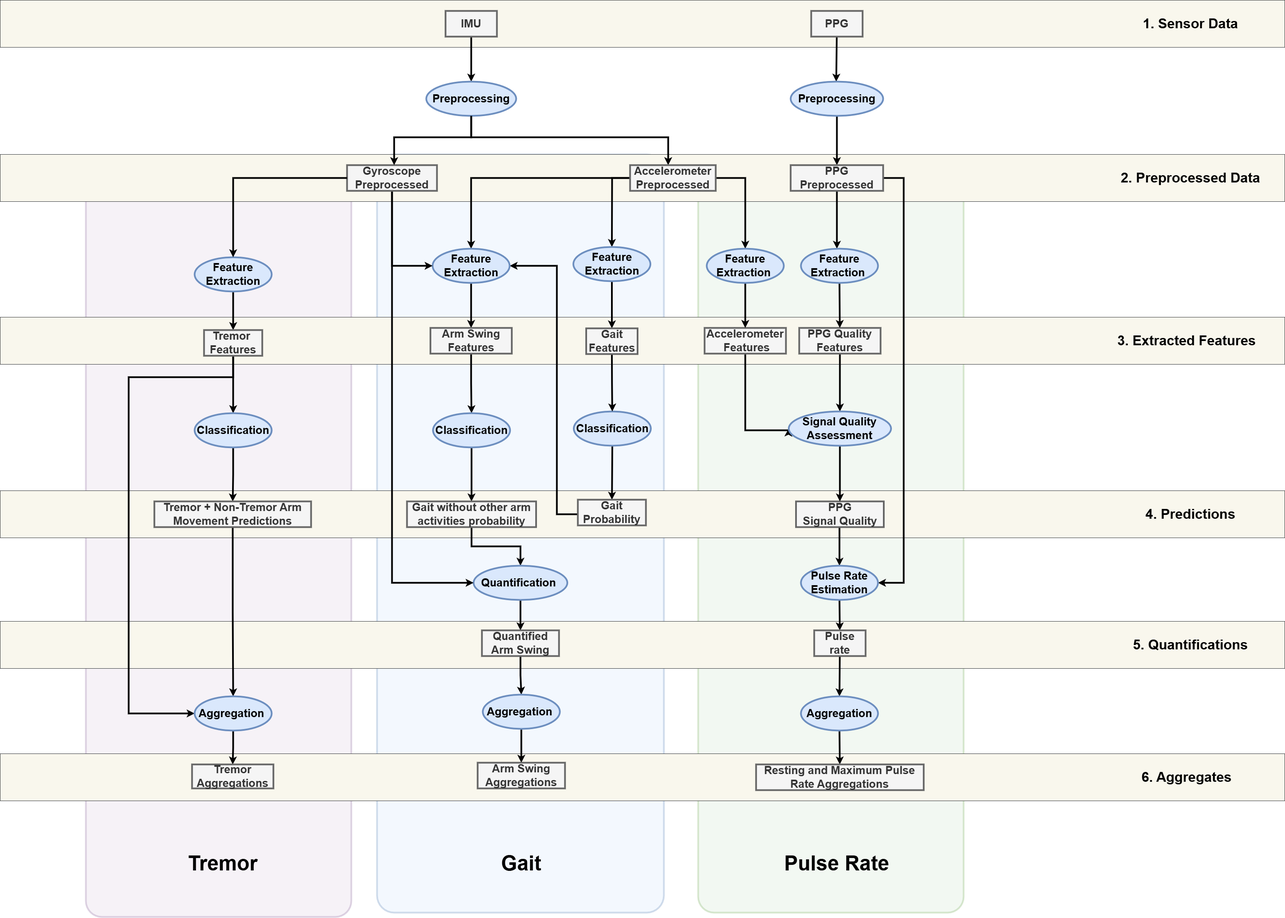
biomarkersParkinson/paradigma keeps this draw.io diagram as docs/source/_static/img/pipeline-architecture.png. Above is the earlier version. Source tidied: cells renumbered, new cells last; positions are measured from the earlier drawing's top-left corner, leaving out a move shared by most shapes.
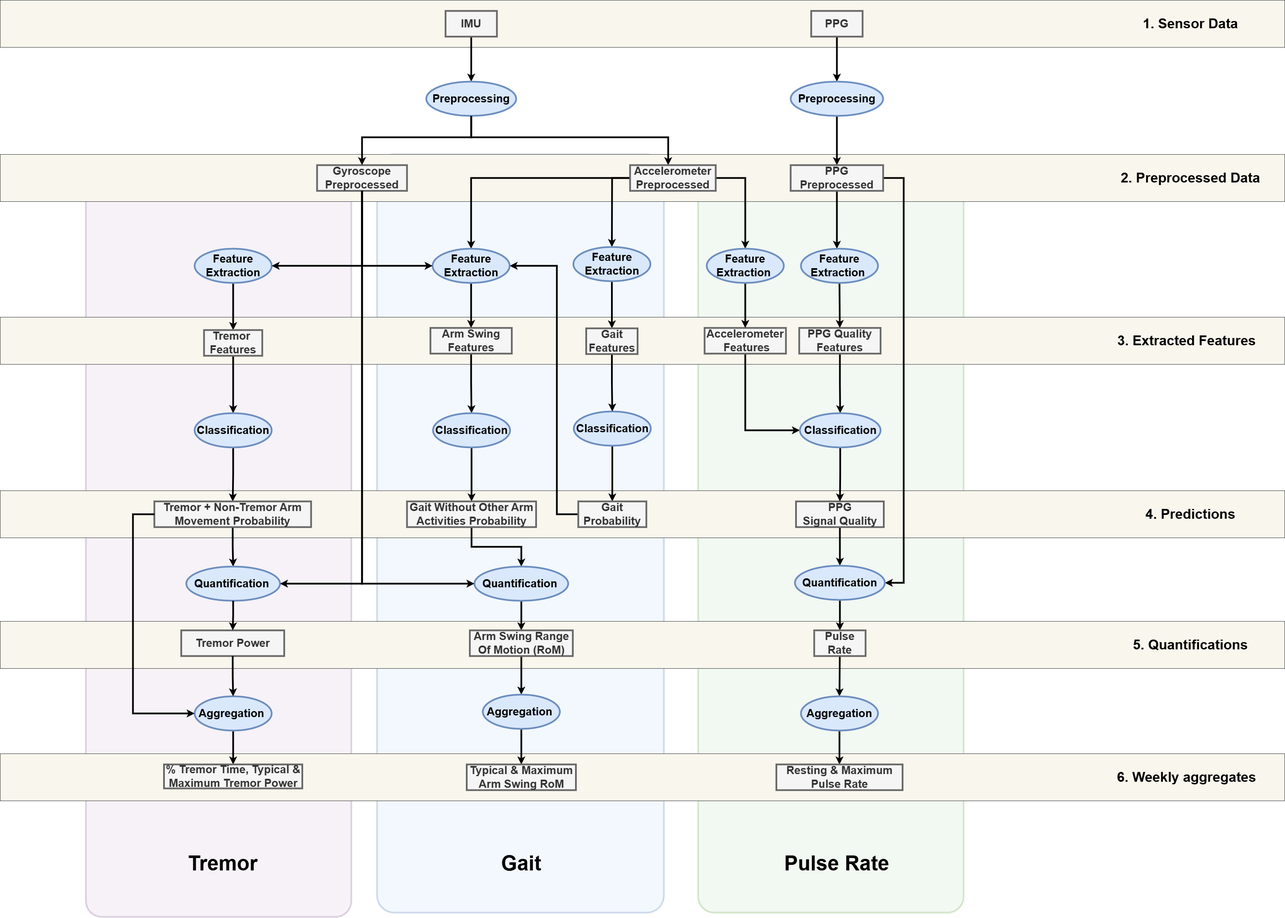
After the change.

What changed in the source:
```diff
@@ -105,8 +105,8 @@
     <mxCell id="28" style="rounded=0;jettySize=auto;html=1;fontSize=16;fontStyle=1;strokeWidth=4;" parent="1" edge="1" source="29" target="63">
       <mxGeometry relative="1" as="geometry" />
     </mxCell>
-    <mxCell id="29" value="Pulse Rate Estimation" style="ellipse;whiteSpace=wrap;html=1;fontSize=26;fontStyle=1;strokeWidth=4;fillColor=#dae8fc;strokeColor=#6c8ebf;" parent="1" vertex="1">
-      <mxGeometry x="1870" y="1320" width="180" height="80" as="geometry" />
+    <mxCell id="29" value="Quantification" style="ellipse;whiteSpace=wrap;html=1;fontSize=26;fontStyle=1;strokeWidth=4;fillColor=#dae8fc;strokeColor=#6c8ebf;" parent="1" vertex="1">
+      <mxGeometry x="1856" y="1320" width="210" height="80" as="geometry" />
     </mxCell>
     <mxCell id="30" style="rounded=0;jettySize=auto;html=1;fontSize=16;fontStyle=1;strokeWidth=4;" parent="1" edge="1" source="63" target="32">
       <mxGeometry relative="1" as="geometry" />
@@ -117,8 +117,8 @@
     <mxCell id="32" value="Aggregation" style="ellipse;whiteSpace=wrap;html=1;fontSize=26;fontStyle=1;strokeWidth=4;fillColor=#dae8fc;strokeColor=#6c8ebf;" parent="1" vertex="1">
       <mxGeometry x="1870" y="1625" width="180" height="80" as="geometry" />
     </mxCell>
-    <mxCell id="33" value="Resting and Maximum Pulse Rate Aggregations" style="rounded=0;whiteSpace=wrap;html=1;fontSize=26;fillColor=#f5f5f5;strokeColor=#666666;fontStyle=1;strokeWidth=4;fontColor=#333333;" parent="1" vertex="1">
-      <mxGeometry x="1765.2" y="1784" width="391.5" height="60" as="geometry" />
+    <mxCell id="33" value="Resting &amp;amp; Maximum Pulse Rate" style="rounded=0;whiteSpace=wrap;html=1;fontSize=26;fillColor=#f5f5f5;strokeColor=#666666;fontStyle=1;strokeWidth=4;fontColor=#333333;" parent="1" vertex="1">
+      <mxGeometry x="1812.6" y="1784" width="294.8" height="60" as="geometry" />
     </mxCell>
     <mxCell id="34" style="rounded=0;jettySize=auto;html=1;fontStyle=1;strokeWidth=4;" parent="1" edge="1" source="35" target="37">
       <mxGeometry relative="1" as="geometry" />
@@ -135,7 +135,7 @@
       </mxGeometry>
     </mxCell>
     <mxCell id="37" value="Gait &lt;br&gt;Probability" style="rounded=0;whiteSpace=wrap;html=1;fontSize=26;fillColor=#f5f5f5;strokeColor=#666666;fontStyle=1;strokeWidth=4;fontColor=#333333;" parent="1" vertex="1">
-      <mxGeometry x="1349" y="1166" width="159" height="60" as="geometry" />
+      <mxGeometry x="1350" y="1170" width="159" height="60" as="geometry" />
     </mxCell>
     <mxCell id="38" style="rounded=0;jettySize=auto;html=1;exitX=0.5;exitY=1;exitDx=0;exitDy=0;entryX=0.5;entryY=0;entryDx=0;entryDy=0;strokeWidth=4;fillColor=#dae8fc;strokeColor=#000000;fontStyle=1;" parent="1" edge="1" source="39" target="75">
       <mxGeometry relative="1" as="geometry" />
@@ -192,20 +192,20 @@
     <mxCell id="54" style="edgeStyle=orthogonalEdgeStyle;rounded=0;jettySize=auto;html=1;exitX=0.5;exitY=1;exitDx=0;exitDy=0;entryX=0.5;entryY=0;entryDx=0;entryDy=0;strokeWidth=4;" parent="1" edge="1" source="55" target="57">
       <mxGeometry relative="1" as="geometry" />
     </mxCell>
-    <mxCell id="55" value="Gait without other arm activities probability" style="rounded=0;whiteSpace=wrap;html=1;fontSize=26;fillColor=#f5f5f5;strokeColor=#666666;fontStyle=1;strokeWidth=4;fontColor=#333333;" parent="1" vertex="1">
+    <mxCell id="55" value="Gait Without Other Arm Activities Probability" style="rounded=0;whiteSpace=wrap;html=1;fontSize=26;fillColor=#f5f5f5;strokeColor=#666666;fontStyle=1;strokeWidth=4;fontColor=#333333;" parent="1" vertex="1">
       <mxGeometry x="950" y="1170" width="301.5" height="60" as="geometry" />
     </mxCell>
     <mxCell id="56" style="edgeStyle=orthogonalEdgeStyle;rounded=0;jettySize=auto;html=1;exitX=0.5;exitY=1;exitDx=0;exitDy=0;entryX=0.5;entryY=0;entryDx=0;entryDy=0;strokeWidth=4;" parent="1" edge="1" source="57" target="59">
       <mxGeometry relative="1" as="geometry" />
     </mxCell>
     <mxCell id="57" value="Quantification&amp;nbsp;" style="ellipse;whiteSpace=wrap;html=1;fontSize=26;fontStyle=1;strokeWidth=4;fillColor=#dae8fc;strokeColor=#6c8ebf;" parent="1" vertex="1">
-      <mxGeometry x="1105.5" y="1320" width="219" height="80" as="geometry" />
+      <mxGeometry x="1107.5" y="1322" width="219" height="80" as="geometry" />
     </mxCell>
     <mxCell id="58" style="edgeStyle=orthogonalEdgeStyle;rounded=0;jettySize=auto;html=1;fontStyle=1;strokeWidth=4;" parent="1" edge="1" source="59" target="61">
       <mxGeometry relative="1" as="geometry" />
     </mxCell>
-    <mxCell id="59" value="Quantified Arm Swing" style="rounded=0;whiteSpace=wrap;html=1;fontSize=26;fillColor=#f5f5f5;strokeColor=#666666;fontStyle=1;strokeWidth=4;fontColor=#333333;" parent="1" vertex="1">
-      <mxGeometry x="1125" y="1471" width="180" height="60" as="geometry" />
+    <mxCell id="59" value="Arm Swing Range Of Motion (RoM)" style="rounded=0;whiteSpace=wrap;html=1;fontSize=26;fillColor=#f5f5f5;strokeColor=#666666;fontStyle=1;strokeWidth=4;fontColor=#333333;" parent="1" vertex="1">
+      <mxGeometry x="1096.8" y="1471" width="240.5" height="60" as="geometry" />
     </mxCell>
     <mxCell id="60" style="edgeStyle=orthogonalEdgeStyle;rounded=0;jettySize=auto;html=1;fontStyle=1;strokeWidth=4;" parent="1" edge="1" source="61" target="62">
       <mxGeometry relative="1" as="geometry" />
@@ -213,36 +213,28 @@
     <mxCell id="61" value="Aggregation&amp;nbsp;" style="ellipse;whiteSpace=wrap;html=1;fontSize=26;fontStyle=1;strokeWidth=4;fillColor=#dae8fc;strokeColor=#6c8ebf;" parent="1" vertex="1">
       <mxGeometry x="1127" y="1621" width="180" height="80" as="geometry" />
     </mxCell>
-    <mxCell id="62" value="Arm Swing Aggregations" style="rounded=0;whiteSpace=wrap;html=1;fontSize=26;fillColor=#f5f5f5;strokeColor=#666666;fontStyle=1;strokeWidth=4;fontColor=#333333;" parent="1" vertex="1">
-      <mxGeometry x="1115" y="1780" width="204" height="60" as="geometry" />
+    <mxCell id="62" value="Typical &amp;amp; Maximum Arm Swing RoM" style="rounded=0;whiteSpace=wrap;html=1;fontSize=26;fillColor=#f5f5f5;strokeColor=#666666;fontStyle=1;strokeWidth=4;fontColor=#333333;" parent="1" vertex="1">
+      <mxGeometry x="1089.5" y="1784" width="255" height="60" as="geometry" />
     </mxCell>
-    <mxCell id="63" value="Pulse rate" style="rounded=0;whiteSpace=wrap;html=1;fontSize=26;fillColor=#f5f5f5;strokeColor=#666666;fontStyle=1;strokeWidth=4;fontColor=#333333;" parent="1" vertex="1">
+    <mxCell id="63" value="Pulse Rate" style="rounded=0;whiteSpace=wrap;html=1;fontSize=26;fillColor=#f5f5f5;strokeColor=#666666;fontStyle=1;strokeWidth=4;fontColor=#333333;" parent="1" vertex="1">
       <mxGeometry x="1901" y="1471" width="120" height="60" as="geometry" />
     </mxCell>
-    <mxCell id="64" style="edgeStyle=orthogonalEdgeStyle;rounded=0;jettySize=auto;html=1;entryX=0;entryY=0.5;entryDx=0;entryDy=0;strokeWidth=4;fontStyle=1;" parent="1" edge="1" source="66" target="49">
+    <mxCell id="64" style="edgeStyle=orthogonalEdgeStyle;rounded=0;jettySize=auto;html=1;entryX=0;entryY=0.5;entryDx=0;entryDy=0;strokeWidth=4;fontStyle=1;exitX=0.5;exitY=1;exitDx=0;exitDy=0;" parent="1" edge="1" source="66" target="49">
       <mxGeometry relative="1" as="geometry" />
     </mxCell>
     <mxCell id="65" style="edgeStyle=orthogonalEdgeStyle;rounded=0;jettySize=auto;html=1;exitX=0.5;exitY=1;exitDx=0;exitDy=0;entryX=0;entryY=0.5;entryDx=0;entryDy=0;strokeWidth=4;" parent="1" edge="1" source="66" target="57">
       <mxGeometry relative="1" as="geometry" />
     </mxCell>
     <mxCell id="66" value="Gyroscope&lt;br&gt;Preprocessed" style="rounded=0;whiteSpace=wrap;html=1;fontSize=26;fillColor=#f5f5f5;strokeColor=#666666;fontColor=#333333;fontStyle=1;strokeWidth=4;" parent="1" vertex="1">
-      <mxGeometry x="810" y="385" width="210" height="60" as="geometry" />
+      <mxGeometry x="740" y="385" width="210" height="60" as="geometry" />
     </mxCell>
-    <mxCell id="67" style="rounded=0;jettySize=auto;html=1;fontSize=16;fontStyle=1;strokeWidth=4;edgeStyle=orthogonalEdgeStyle;" parent="1" edge="1" source="18" target="66">
-      <mxGeometry relative="1" as="geometry">
-        <Array as="points">
-          <mxPoint x="1100" y="320" />
-          <mxPoint x="920" y="320" />
-        </Array>
-      </mxGeometry>
-    </mxCell>
     <mxCell id="68" style="edgeStyle=orthogonalEdgeStyle;rounded=0;jettySize=auto;html=1;exitX=0.5;exitY=1;exitDx=0;exitDy=0;entryX=0.5;entryY=0;entryDx=0;entryDy=0;strokeWidth=4;fontStyle=1;" parent="1" edge="1" source="69" target="73">
       <mxGeometry relative="1" as="geometry" />
     </mxCell>
     <mxCell id="69" value="Feature Extraction" style="ellipse;whiteSpace=wrap;html=1;fontSize=26;fontStyle=1;strokeWidth=4;fillColor=#dae8fc;strokeColor=#6c8ebf;" parent="1" vertex="1">
-      <mxGeometry x="454" y="600" width="180" height="80" as="geometry" />
+      <mxGeometry x="454" y="580" width="180" height="80" as="geometry" />
     </mxCell>
-    <mxCell id="70" style="rounded=0;jettySize=auto;html=1;fontStyle=1;exitX=0;exitY=0.5;exitDx=0;exitDy=0;strokeWidth=4;edgeStyle=orthogonalEdgeStyle;" parent="1" edge="1" source="66" target="69">
+    <mxCell id="70" style="rounded=0;jettySize=auto;html=1;fontStyle=1;exitX=0.5;exitY=1;exitDx=0;exitDy=0;strokeWidth=4;edgeStyle=orthogonalEdgeStyle;entryX=1;entryY=0.5;entryDx=0;entryDy=0;" parent="1" edge="1" source="66" target="69">
       <mxGeometry relative="1" as="geometry" />
     </mxCell>
     <mxCell id="71" style="rounded=0;jettySize=auto;html=1;entryX=0.5;entryY=0;entryDx=0;entryDy=0;strokeWidth=4;edgeStyle=orthogonalEdgeStyle;fontStyle=1;" parent="1" edge="1" source="73" target="77">
@@ -253,15 +245,6 @@
         </Array>
       </mxGeometry>
     </mxCell>
-    <mxCell id="72" style="edgeStyle=orthogonalEdgeStyle;rounded=0;jettySize=auto;html=1;strokeWidth=4;fontStyle=1;" parent="1" edge="1" source="73" target="81">
-      <mxGeometry relative="1" as="geometry">
-        <Array as="points">
-          <mxPoint x="544" y="880" />
-          <mxPoint x="300" y="880" />
-          <mxPoint x="300" y="1665" />
-        </Array>
-      </mxGeometry>
-    </mxCell>
     <mxCell id="73" value="Tremor&amp;nbsp;&lt;div&gt;Features&lt;/div&gt;" style="rounded=0;whiteSpace=wrap;html=1;fontSize=26;fillColor=#f5f5f5;strokeColor=#666666;fontStyle=1;strokeWidth=4;fontColor=#333333;" parent="1" vertex="1">
       <mxGeometry x="476" y="770" width="136" height="60" as="geometry" />
     </mxCell>
@@ -277,10 +260,10 @@
     <mxCell id="77" value="Classification" style="ellipse;whiteSpace=wrap;html=1;fontSize=26;fontStyle=1;strokeWidth=4;fillColor=#dae8fc;strokeColor=#6c8ebf;" parent="1" vertex="1">
       <mxGeometry x="454" y="964" width="180" height="80" as="geometry" />
     </mxCell>
-    <mxCell id="78" style="edgeStyle=orthogonalEdgeStyle;rounded=0;jettySize=auto;html=1;exitX=0.5;exitY=1;exitDx=0;exitDy=0;strokeWidth=4;fontStyle=1;" parent="1" edge="1" source="79" target="81">
+    <mxCell id="78" style="edgeStyle=orthogonalEdgeStyle;rounded=0;jettySize=auto;html=1;exitX=0.5;exitY=1;exitDx=0;exitDy=0;strokeWidth=4;fontStyle=1;entryX=0.5;entryY=0;entryDx=0;entryDy=0;" parent="1" edge="1" source="79" target="96">
       <mxGeometry relative="1" as="geometry" />
     </mxCell>
-    <mxCell id="79" value="Tremor + Non-Tremor Arm Movement Predictions" style="rounded=0;whiteSpace=wrap;html=1;fontSize=26;fillColor=#f5f5f5;strokeColor=#666666;fontStyle=1;strokeWidth=4;fontColor=#333333;" parent="1" vertex="1">
+    <mxCell id="79" value="Tremor + Non-Tremor Arm Movement Probability" style="rounded=0;whiteSpace=wrap;html=1;fontSize=26;fillColor=#f5f5f5;strokeColor=#666666;fontStyle=1;strokeWidth=4;fontColor=#333333;" parent="1" vertex="1">
       <mxGeometry x="360" y="1170" width="366" height="60" as="geometry" />
     </mxCell>
     <mxCell id="80" style="edgeStyle=orthogonalEdgeStyle;rounded=0;jettySize=auto;html=1;exitX=0.5;exitY=1;exitDx=0;exitDy=0;entryX=0.5;entryY=0;entryDx=0;entryDy=0;strokeWidth=4;fontStyle=1;" parent="1" edge="1" source="81" target="82">
@@ -289,8 +272,8 @@
     <mxCell id="81" value="&lt;div&gt;Aggregation&amp;nbsp;&lt;/div&gt;" style="ellipse;whiteSpace=wrap;html=1;fontSize=26;fontStyle=1;strokeWidth=4;fillColor=#dae8fc;strokeColor=#6c8ebf;" parent="1" vertex="1">
       <mxGeometry x="454" y="1625" width="180" height="80" as="geometry" />
     </mxCell>
-    <mxCell id="82" value="Tremor Aggregations" style="rounded=0;whiteSpace=wrap;html=1;fontSize=26;fillColor=#f5f5f5;strokeColor=#666666;fontStyle=1;strokeWidth=4;fontColor=#333333;" parent="1" vertex="1">
-      <mxGeometry x="448" y="1784" width="190" height="56" as="geometry" />
+    <mxCell id="82" value="% Tremor Time, Typical &amp;amp; Maximum Tremor Power" style="rounded=0;whiteSpace=wrap;html=1;fontSize=26;fillColor=#f5f5f5;strokeColor=#666666;fontStyle=1;strokeWidth=4;fontColor=#333333;" parent="1" vertex="1">
+      <mxGeometry x="382.5" y="1784" width="323" height="56" as="geometry" />
     </mxCell>
     <mxCell id="83" value="&lt;font style=&quot;font-size: 48px;&quot;&gt;&lt;span&gt;Tremor&lt;/span&gt;&lt;/font&gt;" style="text;html=1;strokeColor=none;fillColor=none;align=center;verticalAlign=middle;whiteSpace=wrap;rounded=0;fontStyle=1;strokeWidth=4;" parent="1" vertex="1">
       <mxGeometry x="390" y="1970" width="260" height="90" as="geometry" />
@@ -313,7 +296,7 @@
     <mxCell id="89" value="4. Predictions" style="text;strokeColor=none;fillColor=none;align=center;verticalAlign=middle;whiteSpace=wrap;rounded=0;fontStyle=1;fontSize=32;strokeWidth=4;" parent="1" vertex="1">
       <mxGeometry x="2600" y="1155" width="360" height="90" as="geometry" />
     </mxCell>
-    <mxCell id="90" value="&lt;span style=&quot;font-size: 32px;&quot;&gt;&lt;span style=&quot;font-size: 32px;&quot;&gt;6. Aggregates&lt;br style=&quot;font-size: 32px;&quot;&gt;&lt;/span&gt;&lt;/span&gt;" style="text;html=1;strokeColor=none;fillColor=none;align=center;verticalAlign=middle;whiteSpace=wrap;rounded=0;fontSize=32;fontStyle=1;strokeWidth=4;" parent="1" vertex="1">
+    <mxCell id="90" value="&lt;span style=&quot;font-size: 32px;&quot;&gt;&lt;span style=&quot;font-size: 32px;&quot;&gt;6. Weekly aggregates&lt;br style=&quot;font-size: 32px;&quot;&gt;&lt;/span&gt;&lt;/span&gt;" style="text;html=1;strokeColor=none;fillColor=none;align=center;verticalAlign=middle;whiteSpace=wrap;rounded=0;fontSize=32;fontStyle=1;strokeWidth=4;" parent="1" vertex="1">
       <mxGeometry x="2591" y="1769" width="360" height="90" as="geometry" />
     </mxCell>
     <mxCell id="91" value="5. Quantifications" style="text;strokeColor=none;fillColor=none;align=center;verticalAlign=middle;whiteSpace=wrap;rounded=0;fontStyle=1;fontSize=32;strokeWidth=4;" parent="1" vertex="1">
@@ -322,8 +305,39 @@
     <mxCell id="92" style="edgeStyle=orthogonalEdgeStyle;rounded=0;jettySize=auto;html=1;exitX=0.5;exitY=1;exitDx=0;exitDy=0;entryX=0.5;entryY=0;entryDx=0;entryDy=0;strokeWidth=4;" parent="1" edge="1" source="93" target="27">
       <mxGeometry relative="1" as="geometry" />
     </mxCell>
-    <mxCell id="93" value="Signal Quality Assessment" style="ellipse;whiteSpace=wrap;html=1;fontSize=26;fontStyle=1;strokeWidth=4;fillColor=#dae8fc;strokeColor=#6c8ebf;" parent="1" vertex="1">
-      <mxGeometry x="1841.5" y="960" width="239" height="80" as="geometry" />
+    <mxCell id="93" value="Classification" style="ellipse;whiteSpace=wrap;html=1;fontSize=26;fontStyle=1;strokeWidth=4;fillColor=#dae8fc;strokeColor=#6c8ebf;" parent="1" vertex="1">
+      <mxGeometry x="1867.5" y="964" width="188.5" height="80" as="geometry" />
     </mxCell>
+    <mxCell id="94" value="Tremor Power" style="rounded=0;whiteSpace=wrap;html=1;fontSize=26;fillColor=#f5f5f5;strokeColor=#666666;fontStyle=1;strokeWidth=4;fontColor=#333333;" parent="1" vertex="1">
+      <mxGeometry x="422.8" y="1471" width="240.5" height="60" as="geometry" />
+    </mxCell>
+    <mxCell id="95" style="edgeStyle=orthogonalEdgeStyle;rounded=0;jettySize=auto;html=1;exitX=0.5;exitY=1;exitDx=0;exitDy=0;strokeWidth=4;fontStyle=1;entryX=0.5;entryY=0;entryDx=0;entryDy=0;" parent="1" edge="1" source="94" target="81">
+      <mxGeometry relative="1" as="geometry" />
+    </mxCell>
+    <mxCell id="96" value="Quantification&amp;nbsp;" style="ellipse;whiteSpace=wrap;html=1;fontSize=26;fontStyle=1;strokeWidth=4;fillColor=#dae8fc;strokeColor=#6c8ebf;" parent="1" vertex="1">
+      <mxGeometry x="434.5" y="1322" width="219" height="80" as="geometry" />
+    </mxCell>
+    <mxCell id="97" style="edgeStyle=orthogonalEdgeStyle;rounded=0;jettySize=auto;html=1;exitX=0.5;exitY=1;exitDx=0;exitDy=0;strokeWidth=4;fontStyle=1;entryX=0.5;entryY=0;entryDx=0;entryDy=0;" parent="1" edge="1" source="96" target="94">
+      <mxGeometry relative="1" as="geometry" />
+    </mxCell>
+    <mxCell id="98" style="edgeStyle=orthogonalEdgeStyle;rounded=0;jettySize=auto;html=1;strokeWidth=4;fontStyle=1;entryX=1;entryY=0.5;entryDx=0;entryDy=0;exitX=0.5;exitY=1;exitDx=0;exitDy=0;" parent="1" edge="1" source="66" target="96">
+      <mxGeometry relative="1" as="geometry" />
+    </mxCell>
+    <mxCell id="67" style="edgeStyle=orthogonalEdgeStyle;rounded=0;jettySize=auto;html=1;exitX=0.5;exitY=1;exitDx=0;exitDy=0;entryX=0.5;entryY=0;entryDx=0;entryDy=0;strokeWidth=4;fontStyle=1;" parent="1" edge="1" source="18" target="66">
+      <mxGeometry relative="1" as="geometry">
+        <Array as="points">
+          <mxPoint x="1100" y="320" />
+          <mxPoint x="845" y="320" />
+        </Array>
+      </mxGeometry>
+    </mxCell>
+    <mxCell id="99" style="edgeStyle=orthogonalEdgeStyle;rounded=0;jettySize=auto;html=1;exitX=0;exitY=0.5;exitDx=0;exitDy=0;entryX=0;entryY=0.5;entryDx=0;entryDy=0;strokeWidth=4;fontStyle=1;" parent="1" edge="1" source="79" target="81">
+      <mxGeometry relative="1" as="geometry">
+        <Array as="points">
+          <mxPoint x="310" y="1200" />
+          <mxPoint x="310" y="1665" />
+        </Array>
+      </mxGeometry>
+    </mxCell>
   </root>
 </mxGraphModel>
```
